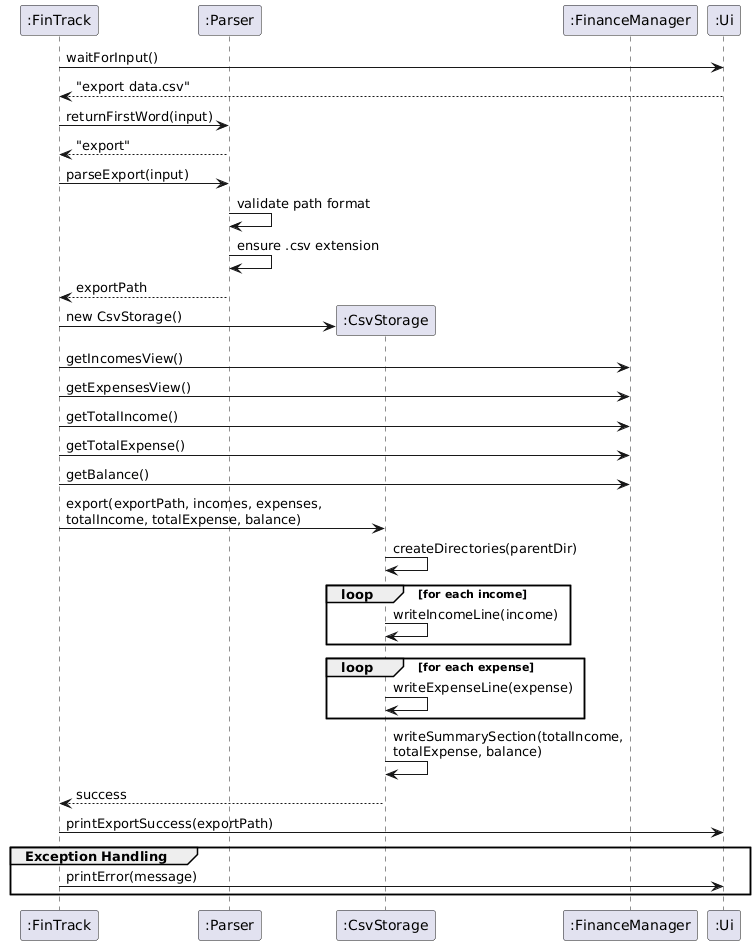
Before: docs/images/export.png, a diagram exported from PlantUML (AY2526S1-CS2113-W12-4/tp). Its source is kept beside it as docs/diagrams/export.puml.
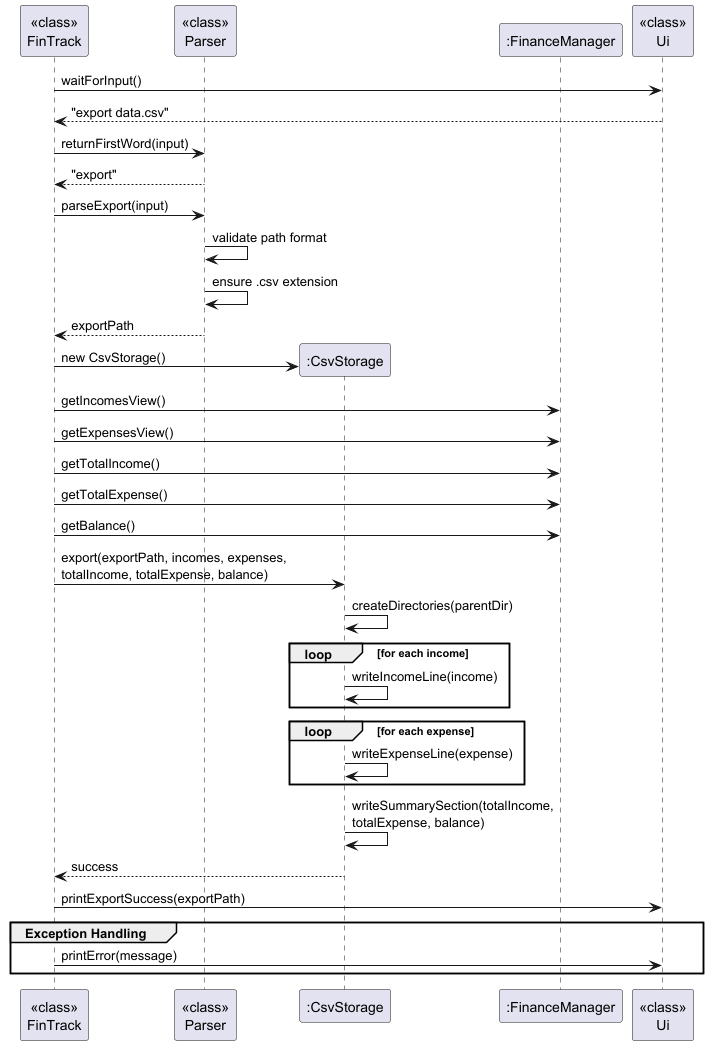
Later version of the same file.

The edit, as a diff of the source:
```diff
@@ -1,9 +1,9 @@
 @startuml
-participant ":FinTrack" as FT
-participant ":Parser" as P
+participant "<<class>>\nFinTrack" as FT
+participant "<<class>>\nParser" as P
 participant ":CsvStorage" as CS
 participant ":FinanceManager" as FM
-participant ":Ui" as UI
+participant "<<class>>\nUi" as UI
 
 FT -> UI: waitForInput()
 UI --> FT: "export data.csv"
```
